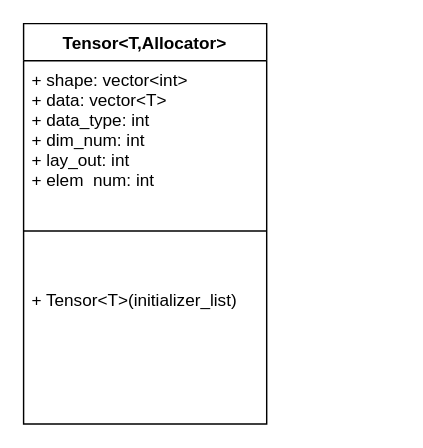
This is ToyNN Tensor.drawio from Hconk/draw.io, a draw.io file, before an edit. Source tidied: cells renumbered, new cells numbered last; positions are measured from the earlier drawing's top-left corner, leaving out a move shared by most shapes. Both pictures are drawn from the tidied source at 143%, with x=0, y=0 at pixel (23, 23).
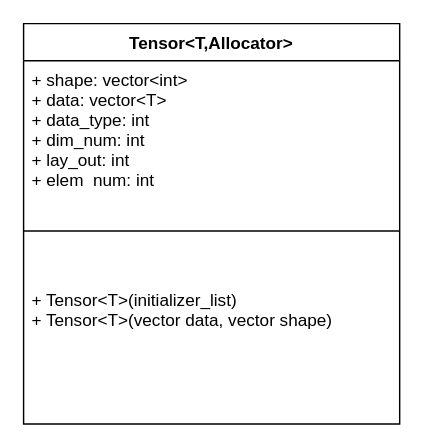
The same page after the edit.

What changed in the source:
```diff
@@
 <mxGraphModel>
   <root>
     <mxCell id="0" />
     <mxCell id="1" parent="0" />
     <mxCell id="2" value="Tensor&lt;T,Allocator&gt;" style="swimlane;fontStyle=1;align=center;verticalAlign=top;horizontal=1;startSize=26;" parent="1" vertex="1">
-      <mxGeometry width="170" height="280" as="geometry" />
+      <mxGeometry width="263" height="280" as="geometry" />
     </mxCell>
     <mxCell id="3" value="+ shape: vector&lt;int&gt;&#10;+ data: vector&lt;T&gt;&#10;+ data_type: int&#10;+ dim_num: int&#10;+ lay_out: int&#10;+ elem_num: int" style="text;strokeColor=none;fillColor=none;align=left;verticalAlign=top;spacingLeft=4;spacingRight=4;overflow=hidden;" parent="2" vertex="1">
-      <mxGeometry y="26" width="170" height="84" as="geometry" />
+      <mxGeometry y="26" width="263" height="84" as="geometry" />
     </mxCell>
     <mxCell id="4" style="line;strokeWidth=1;fillColor=none;align=left;verticalAlign=middle;spacingTop=-1;spacingLeft=3;spacingRight=3;labelPosition=right;" parent="2" vertex="1">
-      <mxGeometry y="110" width="170" height="70" as="geometry" />
+      <mxGeometry y="110" width="263" height="70" as="geometry" />
     </mxCell>
-    <mxCell id="5" value="+ Tensor&lt;T&gt;(initializer_list)" style="text;strokeColor=none;fillColor=none;align=left;verticalAlign=top;spacingLeft=4;spacingRight=4;overflow=hidden;" parent="2" vertex="1">
-      <mxGeometry y="180" width="170" height="100" as="geometry" />
+    <mxCell id="5" value="+ Tensor&lt;T&gt;(initializer_list)&#10;+ Tensor&lt;T&gt;(vector data, vector shape)" style="text;strokeColor=none;fillColor=none;align=left;verticalAlign=top;spacingLeft=4;spacingRight=4;overflow=hidden;" parent="2" vertex="1">
+      <mxGeometry y="180" width="263" height="100" as="geometry" />
     </mxCell>
   </root>
 </mxGraphModel>
```
